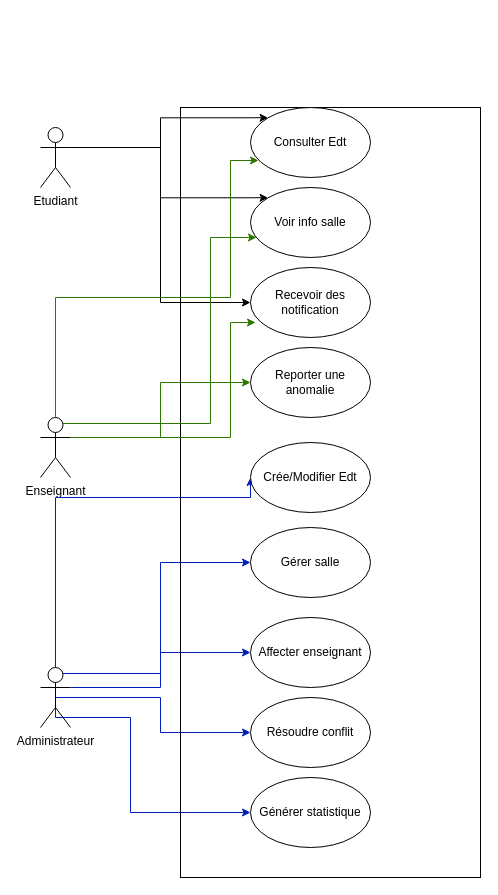
The draw.io diagram Diagramme cas d'utilisation.drawio in Dimmis5/Projet_java, before the edit. Source tidied: cells renumbered, new cells numbered last; positions are measured from the earlier drawing's top-left corner, leaving out a move shared by most shapes. Both pictures are drawn from the tidied source at 100%, with x=0, y=0 at pixel (40, 107).
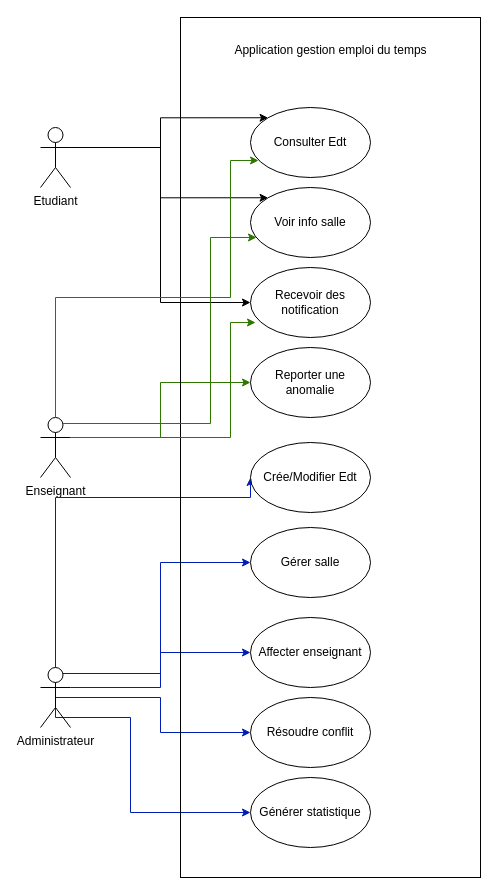
Above is the later version.

Commit message (it also covers changes not shown here):
Mettre à jour Diagramme cas d'utilisation.drawio

What changed in the source:
```diff
@@
     <mxCell id="14" style="whiteSpace=wrap;html=1;fillColor=none;" parent="1" vertex="1">
-      <mxGeometry x="140" width="300" height="770" as="geometry" />
+      <mxGeometry x="140" y="-90" width="300" height="860" as="geometry" />
     </mxCell>
@@
+    <mxCell id="27" value="Application gestion emploi du temps&lt;div&gt;&lt;br&gt;&lt;/div&gt;" style="text;html=1;align=center;verticalAlign=middle;strokeColor=none;fillColor=none;" parent="1" vertex="1">
+      <mxGeometry x="190" y="-70" width="200" height="40" as="geometry" />
+    </mxCell>
```
